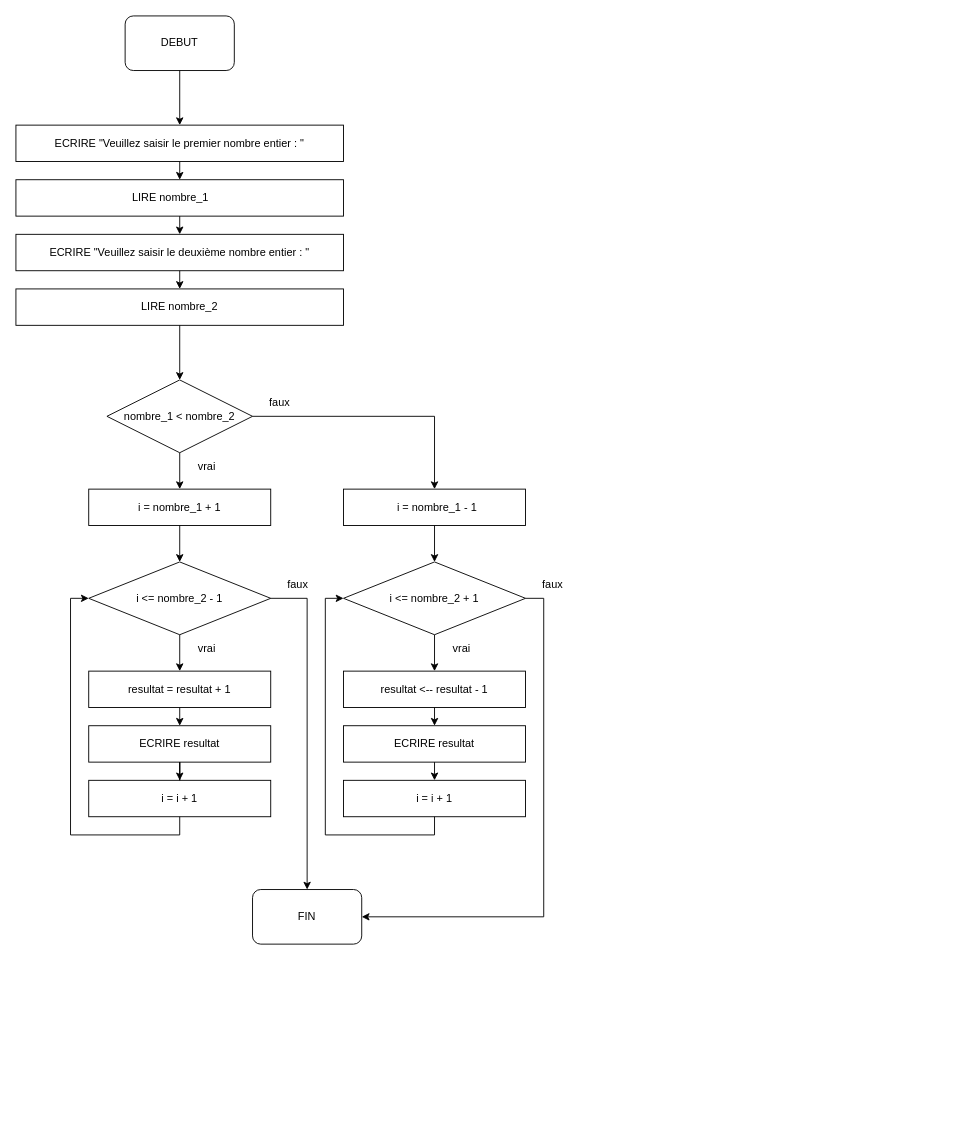
Above: 01 ALGORITHMIQUE/3.3 Intervalle entre deux nombres.drawio in D-CRAVO/FORMATION-DWWM-2022 (draw.io), before the change. Source tidied: cells renumbered, new cells numbered last; positions are measured from the earlier drawing's top-left corner, leaving out a move shared by most shapes. Both pictures are drawn from the tidied source at 91%, with x=0, y=0 at pixel (15, 15).
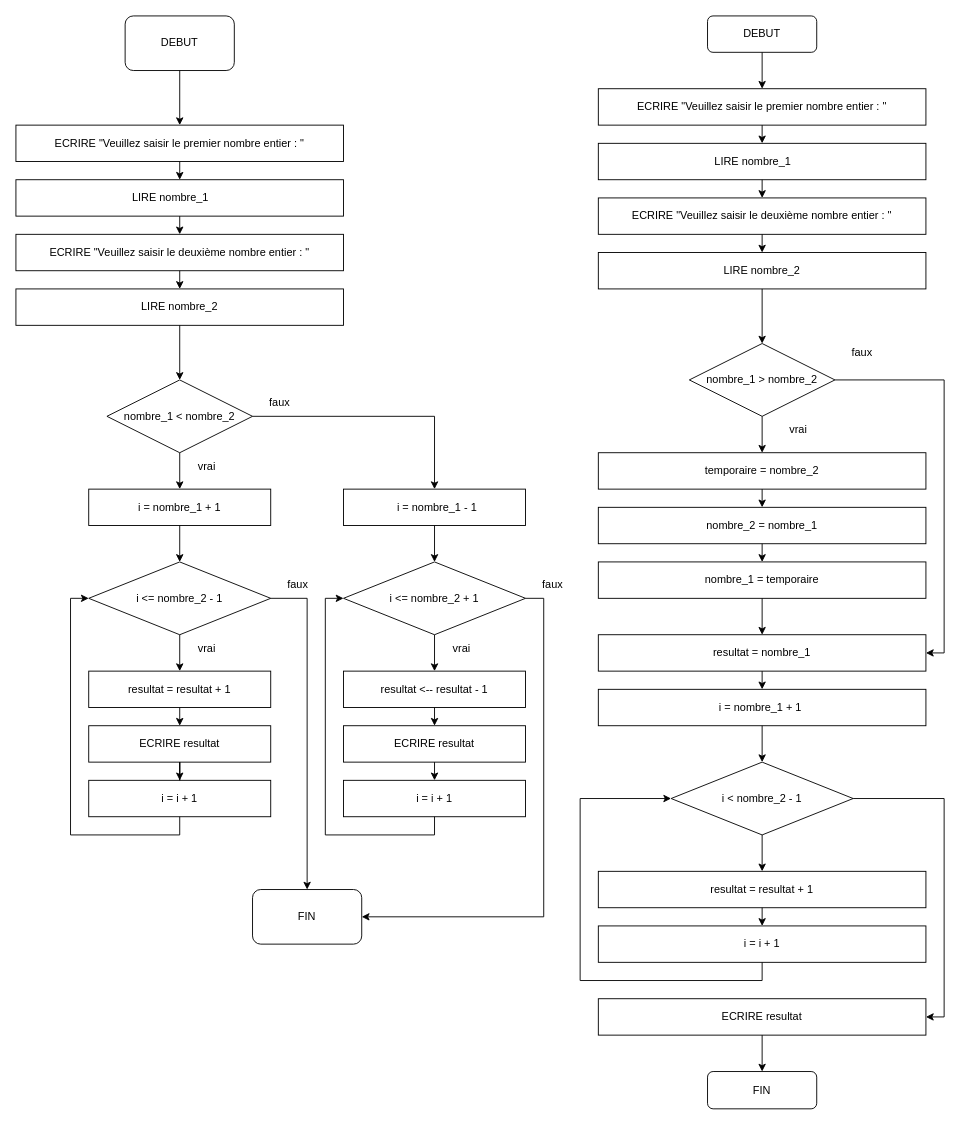
Above is the later version.

Diff of the diagram source:
```diff
@@
+    <mxCell id="61" style="edgeStyle=orthogonalEdgeStyle;rounded=0;jettySize=auto;html=1;exitX=0.5;exitY=1;exitDx=0;exitDy=0;entryX=0.5;entryY=0;entryDx=0;entryDy=0;" parent="1" edge="1" source="62" target="64">
+      <mxGeometry relative="1" as="geometry" />
+    </mxCell>
+    <mxCell id="62" value="&lt;span style=&quot;&quot;&gt;DEBUT&lt;/span&gt;" style="rounded=1;whiteSpace=wrap;html=1;fillColor=none;" parent="1" vertex="1">
+      <mxGeometry x="760" width="120" height="40" as="geometry" />
+    </mxCell>
+    <mxCell id="63" style="edgeStyle=orthogonalEdgeStyle;rounded=0;jettySize=auto;html=1;exitX=0.5;exitY=1;exitDx=0;exitDy=0;entryX=0.5;entryY=0;entryDx=0;entryDy=0;" parent="1" edge="1" source="64" target="67">
+      <mxGeometry relative="1" as="geometry" />
+    </mxCell>
+    <mxCell id="64" style="rounded=0;whiteSpace=wrap;html=1;fillColor=none;" parent="1" vertex="1">
+      <mxGeometry x="640" y="80" width="360" height="40" as="geometry" />
+    </mxCell>
+    <mxCell id="65" value="ECRIRE &quot;Veuillez saisir le premier nombre entier : &quot;" style="text;html=1;strokeColor=none;fillColor=none;align=center;verticalAlign=middle;whiteSpace=wrap;rounded=0;" parent="1" vertex="1">
+      <mxGeometry x="660" y="90" width="320" height="20" as="geometry" />
+    </mxCell>
+    <mxCell id="66" style="edgeStyle=orthogonalEdgeStyle;rounded=0;jettySize=auto;html=1;exitX=0.5;exitY=1;exitDx=0;exitDy=0;entryX=0.5;entryY=0;entryDx=0;entryDy=0;" parent="1" edge="1" source="67" target="70">
+      <mxGeometry relative="1" as="geometry" />
+    </mxCell>
+    <mxCell id="67" style="rounded=0;whiteSpace=wrap;html=1;fillColor=none;" parent="1" vertex="1">
+      <mxGeometry x="640" y="140" width="360" height="40" as="geometry" />
+    </mxCell>
+    <mxCell id="68" value="LIRE nombre_1" style="text;html=1;strokeColor=none;fillColor=none;align=center;verticalAlign=middle;whiteSpace=wrap;rounded=0;" parent="1" vertex="1">
+      <mxGeometry x="660" y="145" width="300" height="30" as="geometry" />
+    </mxCell>
+    <mxCell id="69" style="edgeStyle=orthogonalEdgeStyle;rounded=0;jettySize=auto;html=1;exitX=0.5;exitY=1;exitDx=0;exitDy=0;entryX=0.5;entryY=0;entryDx=0;entryDy=0;" parent="1" edge="1" source="70" target="73">
+      <mxGeometry relative="1" as="geometry" />
+    </mxCell>
+    <mxCell id="70" style="rounded=0;whiteSpace=wrap;html=1;fillColor=none;" parent="1" vertex="1">
+      <mxGeometry x="640" y="200" width="360" height="40" as="geometry" />
+    </mxCell>
+    <mxCell id="71" value="ECRIRE &quot;Veuillez saisir le deuxième nombre entier : &quot;" style="text;html=1;strokeColor=none;fillColor=none;align=center;verticalAlign=middle;whiteSpace=wrap;rounded=0;" parent="1" vertex="1">
+      <mxGeometry x="660" y="205" width="320" height="30" as="geometry" />
+    </mxCell>
+    <mxCell id="72" style="edgeStyle=orthogonalEdgeStyle;rounded=0;jettySize=auto;html=1;exitX=0.5;exitY=1;exitDx=0;exitDy=0;entryX=0.5;entryY=0;entryDx=0;entryDy=0;" parent="1" edge="1" source="73" target="77">
+      <mxGeometry relative="1" as="geometry" />
+    </mxCell>
+    <mxCell id="73" style="rounded=0;whiteSpace=wrap;html=1;fillColor=none;" parent="1" vertex="1">
+      <mxGeometry x="640" y="260" width="360" height="40" as="geometry" />
+    </mxCell>
+    <mxCell id="74" value="LIRE nombre_2" style="text;html=1;strokeColor=none;fillColor=none;align=center;verticalAlign=middle;whiteSpace=wrap;rounded=0;" parent="1" vertex="1">
+      <mxGeometry x="660" y="265" width="320" height="30" as="geometry" />
+    </mxCell>
+    <mxCell id="75" style="edgeStyle=orthogonalEdgeStyle;rounded=0;jettySize=auto;html=1;exitX=0.5;exitY=1;exitDx=0;exitDy=0;entryX=0.5;entryY=0;entryDx=0;entryDy=0;" parent="1" edge="1" source="77" target="82">
+      <mxGeometry relative="1" as="geometry" />
+    </mxCell>
+    <mxCell id="76" style="edgeStyle=orthogonalEdgeStyle;rounded=0;jettySize=auto;html=1;exitX=1;exitY=0.5;exitDx=0;exitDy=0;entryX=1;entryY=0.5;entryDx=0;entryDy=0;" parent="1" edge="1" source="77" target="88">
+      <mxGeometry relative="1" as="geometry" />
+    </mxCell>
+    <mxCell id="77" style="rhombus;whiteSpace=wrap;html=1;fillColor=none;" parent="1" vertex="1">
+      <mxGeometry x="740" y="360" width="160" height="80" as="geometry" />
+    </mxCell>
+    <mxCell id="78" value="nombre_1 &amp;gt; nombre_2" style="text;html=1;strokeColor=none;fillColor=none;align=center;verticalAlign=middle;whiteSpace=wrap;rounded=0;" parent="1" vertex="1">
+      <mxGeometry x="740" y="385" width="160" height="30" as="geometry" />
+    </mxCell>
+    <mxCell id="79" value="vrai" style="text;html=1;strokeColor=none;fillColor=none;align=center;verticalAlign=middle;whiteSpace=wrap;rounded=0;" parent="1" vertex="1">
+      <mxGeometry x="830" y="440" width="60" height="30" as="geometry" />
+    </mxCell>
+    <mxCell id="80" value="faux" style="text;html=1;strokeColor=none;fillColor=none;align=center;verticalAlign=middle;whiteSpace=wrap;rounded=0;" parent="1" vertex="1">
+      <mxGeometry x="900" y="355" width="60" height="30" as="geometry" />
+    </mxCell>
+    <mxCell id="81" style="edgeStyle=orthogonalEdgeStyle;rounded=0;jettySize=auto;html=1;exitX=0.5;exitY=1;exitDx=0;exitDy=0;entryX=0.5;entryY=0;entryDx=0;entryDy=0;" parent="1" edge="1" source="82" target="84">
+      <mxGeometry relative="1" as="geometry" />
+    </mxCell>
+    <mxCell id="82" value="&lt;span style=&quot;&quot;&gt;temporaire = nombre_2&lt;/span&gt;" style="rounded=0;whiteSpace=wrap;html=1;fillColor=none;" parent="1" vertex="1">
+      <mxGeometry x="640" y="480" width="360" height="40" as="geometry" />
+    </mxCell>
+    <mxCell id="83" style="edgeStyle=orthogonalEdgeStyle;rounded=0;jettySize=auto;html=1;exitX=0.5;exitY=1;exitDx=0;exitDy=0;entryX=0.5;entryY=0;entryDx=0;entryDy=0;" parent="1" edge="1" source="84" target="86">
+      <mxGeometry relative="1" as="geometry" />
+    </mxCell>
+    <mxCell id="84" value="&lt;span style=&quot;&quot;&gt;nombre_2 = nombre_1&lt;/span&gt;" style="rounded=0;whiteSpace=wrap;html=1;fillColor=none;" parent="1" vertex="1">
+      <mxGeometry x="640" y="540" width="360" height="40" as="geometry" />
+    </mxCell>
+    <mxCell id="85" style="edgeStyle=orthogonalEdgeStyle;rounded=0;jettySize=auto;html=1;exitX=0.5;exitY=1;exitDx=0;exitDy=0;entryX=0.5;entryY=0;entryDx=0;entryDy=0;" parent="1" edge="1" source="86" target="88">
+      <mxGeometry relative="1" as="geometry" />
+    </mxCell>
+    <mxCell id="86" value="nombre_1 = temporaire" style="rounded=0;whiteSpace=wrap;html=1;fillColor=none;" parent="1" vertex="1">
+      <mxGeometry x="640" y="600" width="360" height="40" as="geometry" />
+    </mxCell>
+    <mxCell id="87" style="edgeStyle=orthogonalEdgeStyle;rounded=0;jettySize=auto;html=1;exitX=0.5;exitY=1;exitDx=0;exitDy=0;entryX=0.5;entryY=0;entryDx=0;entryDy=0;" parent="1" edge="1" source="88" target="93">
+      <mxGeometry relative="1" as="geometry" />
+    </mxCell>
+    <mxCell id="88" value="resultat = nombre_1" style="rounded=0;whiteSpace=wrap;html=1;fillColor=none;" parent="1" vertex="1">
+      <mxGeometry x="640" y="680" width="360" height="40" as="geometry" />
+    </mxCell>
+    <mxCell id="89" style="edgeStyle=orthogonalEdgeStyle;rounded=0;jettySize=auto;html=1;exitX=0.5;exitY=1;exitDx=0;exitDy=0;entryX=0.5;entryY=0;entryDx=0;entryDy=0;" parent="1" edge="1" source="91" target="95">
+      <mxGeometry relative="1" as="geometry" />
+    </mxCell>
+    <mxCell id="90" style="edgeStyle=orthogonalEdgeStyle;rounded=0;jettySize=auto;html=1;exitX=1;exitY=0.5;exitDx=0;exitDy=0;entryX=1;entryY=0.5;entryDx=0;entryDy=0;" parent="1" edge="1" source="91" target="97">
+      <mxGeometry relative="1" as="geometry" />
+    </mxCell>
+    <mxCell id="91" value="i &amp;lt;&amp;nbsp;nombre_2 - 1" style="rhombus;whiteSpace=wrap;html=1;fillColor=none;" parent="1" vertex="1">
+      <mxGeometry x="720" y="820" width="200" height="80" as="geometry" />
+    </mxCell>
+    <mxCell id="92" style="edgeStyle=orthogonalEdgeStyle;rounded=0;jettySize=auto;html=1;exitX=0.5;exitY=1;exitDx=0;exitDy=0;entryX=0.5;entryY=0;entryDx=0;entryDy=0;" parent="1" edge="1" source="93" target="91">
+      <mxGeometry relative="1" as="geometry" />
+    </mxCell>
+    <mxCell id="93" value="i = nombre_1 + 1&amp;nbsp;" style="rounded=0;whiteSpace=wrap;html=1;fillColor=none;" parent="1" vertex="1">
+      <mxGeometry x="640" y="740" width="360" height="40" as="geometry" />
+    </mxCell>
+    <mxCell id="94" style="edgeStyle=orthogonalEdgeStyle;rounded=0;jettySize=auto;html=1;exitX=0.5;exitY=1;exitDx=0;exitDy=0;entryX=0.5;entryY=0;entryDx=0;entryDy=0;" parent="1" edge="1" source="95" target="100">
+      <mxGeometry relative="1" as="geometry" />
+    </mxCell>
+    <mxCell id="95" value="resultat = resultat + 1" style="rounded=0;whiteSpace=wrap;html=1;fillColor=none;" parent="1" vertex="1">
+      <mxGeometry x="640" y="940" width="360" height="40" as="geometry" />
+    </mxCell>
+    <mxCell id="96" style="edgeStyle=orthogonalEdgeStyle;rounded=0;jettySize=auto;html=1;exitX=0.5;exitY=1;exitDx=0;exitDy=0;entryX=0.5;entryY=0;entryDx=0;entryDy=0;" parent="1" edge="1" source="97" target="98">
+      <mxGeometry relative="1" as="geometry" />
+    </mxCell>
+    <mxCell id="97" value="ECRIRE resultat" style="rounded=0;whiteSpace=wrap;html=1;fillColor=none;" parent="1" vertex="1">
+      <mxGeometry x="640" y="1080" width="360" height="40" as="geometry" />
+    </mxCell>
+    <mxCell id="98" value="FIN" style="rounded=1;whiteSpace=wrap;html=1;fillColor=none;" parent="1" vertex="1">
+      <mxGeometry x="760" y="1160" width="120" height="41" as="geometry" />
+    </mxCell>
+    <mxCell id="99" style="edgeStyle=orthogonalEdgeStyle;rounded=0;jettySize=auto;html=1;exitX=0.5;exitY=1;exitDx=0;exitDy=0;entryX=0;entryY=0.5;entryDx=0;entryDy=0;" parent="1" edge="1" source="100" target="91">
+      <mxGeometry relative="1" as="geometry">
+        <Array as="points">
+          <mxPoint x="820" y="1060" />
+          <mxPoint x="620" y="1060" />
+          <mxPoint x="620" y="860" />
+        </Array>
+      </mxGeometry>
+    </mxCell>
+    <mxCell id="100" value="i = i + 1" style="rounded=0;whiteSpace=wrap;html=1;fillColor=none;" parent="1" vertex="1">
+      <mxGeometry x="640" y="1000" width="360" height="40" as="geometry" />
+    </mxCell>
```
